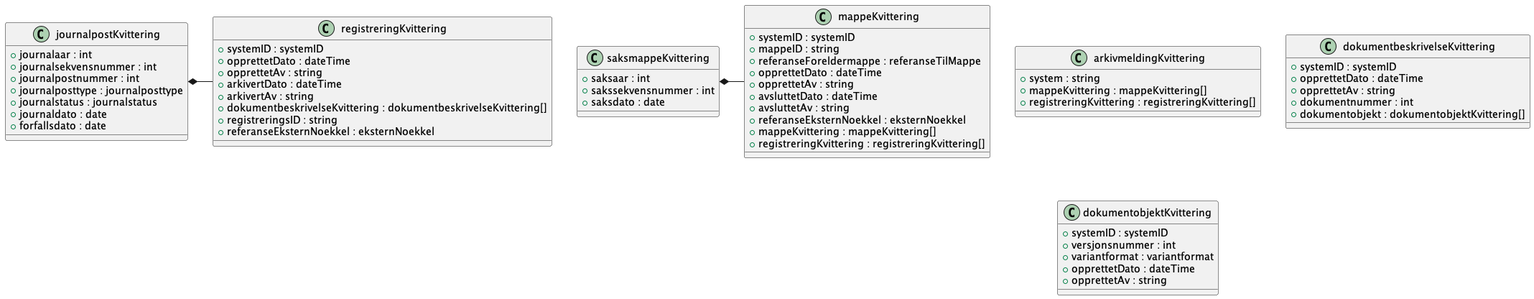
This is Dokumentasjon/V1/SchemaModels/no/ks/fiks/arkiv/v1/arkivering/arkivmelding/opprett/kvittering.png from ks-no/fiks-arkiv-specification, a PlantUML export, as it was before one commit. The source it was exported from:
```plantuml
@startuml

class arkivmeldingKvittering {
    +system : string
    +mappeKvittering : mappeKvittering[]
    +registreringKvittering : registreringKvittering[]
}
class dokumentbeskrivelseKvittering {
    +systemID : systemID
    +opprettetDato : dateTime
    +opprettetAv : string
    +dokumentnummer : int
    +dokumentobjekt : dokumentobjektKvittering[]
}
class dokumentobjektKvittering {
    +systemID : systemID
    +versjonsnummer : int
    +variantformat : variantformat
    +opprettetDato : dateTime
    +opprettetAv : string
}
class journalpostKvittering {
    +journalaar : int
    +journalsekvensnummer : int
    +journalpostnummer : int
    +journalposttype : journalposttype
    +journalstatus : journalstatus
    +journaldato : date
    +forfallsdato : date
}
journalpostKvittering *- registreringKvittering
class mappeKvittering {
    +systemID : systemID
    +mappeID : string
    +referanseForeldermappe : referanseTilMappe
    +opprettetDato : dateTime
    +opprettetAv : string
    +avsluttetDato : dateTime
    +avsluttetAv : string
    +referanseEksternNoekkel : eksternNoekkel
    +mappeKvittering : mappeKvittering[]
    +registreringKvittering : registreringKvittering[]
}
class registreringKvittering {
    +systemID : systemID
    +opprettetDato : dateTime
    +opprettetAv : string
    +arkivertDato : dateTime
    +arkivertAv : string
    +dokumentbeskrivelseKvittering : dokumentbeskrivelseKvittering[]
    +registreringsID : string
    +referanseEksternNoekkel : eksternNoekkel
}
class saksmappeKvittering {
    +saksaar : int
    +sakssekvensnummer : int
    +saksdato : date
}
saksmappeKvittering *- mappeKvittering

@enduml
```
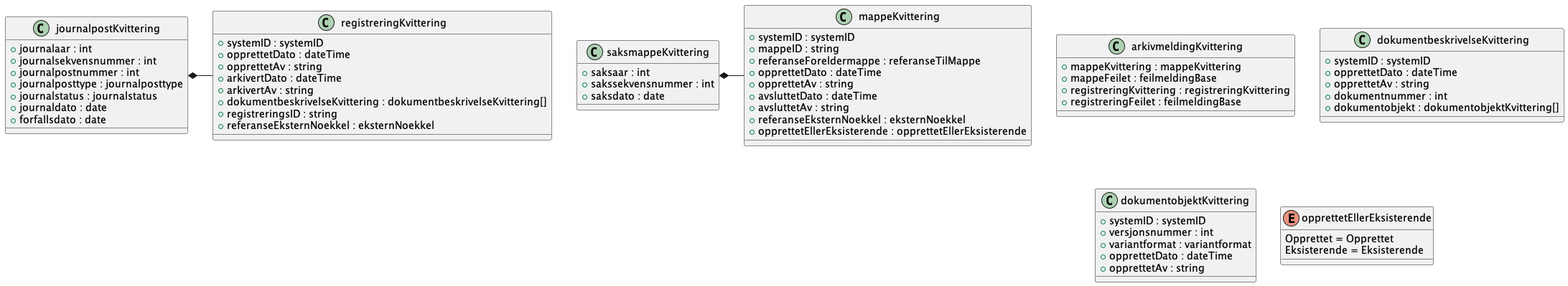
After the commit.

Diff of the diagram source:
```diff
@@ -1,9 +1,10 @@
 @startuml
 
 class arkivmeldingKvittering {
-    +system : string
-    +mappeKvittering : mappeKvittering[]
-    +registreringKvittering : registreringKvittering[]
+    +mappeKvittering : mappeKvittering
+    +mappeFeilet : feilmeldingBase
+    +registreringKvittering : registreringKvittering
+    +registreringFeilet : feilmeldingBase
 }
 class dokumentbeskrivelseKvittering {
     +systemID : systemID
@@ -38,8 +39,11 @@
     +avsluttetDato : dateTime
     +avsluttetAv : string
     +referanseEksternNoekkel : eksternNoekkel
-    +mappeKvittering : mappeKvittering[]
-    +registreringKvittering : registreringKvittering[]
+    +opprettetEllerEksisterende : opprettetEllerEksisterende
+}
+enum opprettetEllerEksisterende {
+    Opprettet = Opprettet
+    Eksisterende = Eksisterende
 }
 class registreringKvittering {
     +systemID : systemID
```
